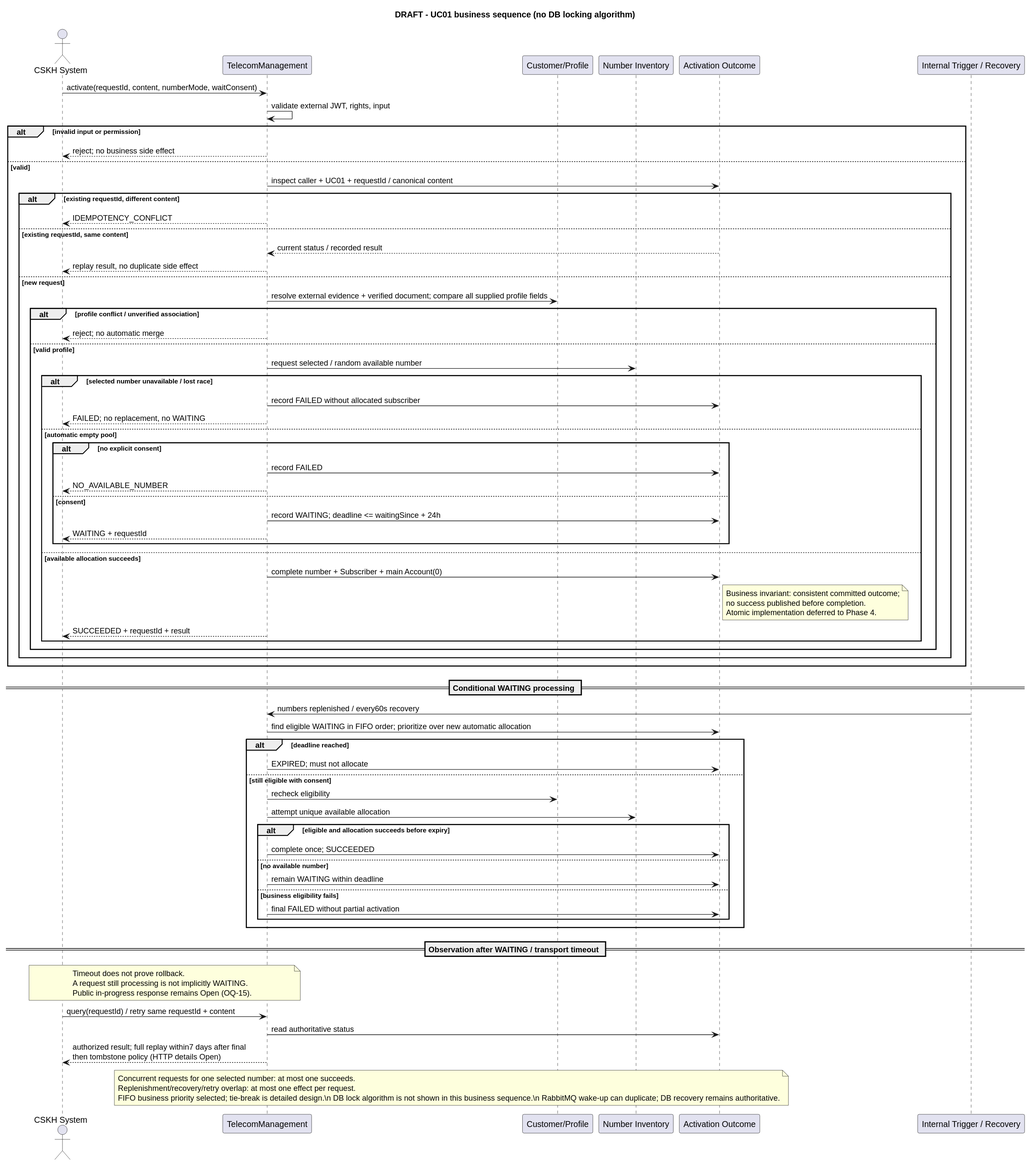
Before: docs/02-analysis/sequence-diagrams/uc01-activation.svg, a diagram exported from PlantUML (Sagitoaz/Telecom-Management-System). Its source is kept beside it as docs/02-analysis/sequence-diagrams/uc01-activation.puml. Its diagram source:
```plantuml
@startuml
title DRAFT - UC01 business sequence (no DB locking algorithm)
actor "CSKH System" as C
participant TelecomManagement as T
participant "Customer/Profile" as P
participant "Number Inventory" as N
participant "Activation Outcome" as O
participant "Internal Trigger / Recovery" as R
C -> T : activate(requestId, content, numberMode, waitConsent)
T -> T : validate external JWT, rights, input
alt invalid input or permission
  T --> C : reject; no business side effect
else valid
  T -> O : inspect caller + UC01 + requestId / canonical content
  alt existing requestId, different content
    T --> C : IDEMPOTENCY_CONFLICT
  else existing requestId, same content
    O --> T : current status / recorded result
    T --> C : replay result, no duplicate side effect
  else new request
    T -> P : resolve external evidence + verified document; compare all supplied profile fields
    alt profile conflict / unverified association
      T --> C : reject; no automatic merge
    else valid profile
      T -> N : request selected / random available number
      alt selected number unavailable / lost race
        T -> O : record FAILED without allocated subscriber
        T --> C : FAILED; no replacement, no WAITING
      else automatic empty pool
        alt no explicit consent
          T -> O : record FAILED
          T --> C : NO_AVAILABLE_NUMBER
        else consent
          T -> O : record WAITING; deadline <= waitingSince + 24h
          T --> C : WAITING + requestId
        end
      else available allocation succeeds
        T -> O : complete number + Subscriber + main Account(0)
        note right of O
          Business invariant: consistent committed outcome;
          no success published before completion.
          Atomic implementation deferred to Phase 4.
        end note
        T --> C : SUCCEEDED + requestId + result
      end
    end
  end
end
== Conditional WAITING processing ==
R -> T : numbers replenished / every60s recovery
T -> O : find eligible WAITING in FIFO order; prioritize over new automatic allocation
alt deadline reached
  T -> O : EXPIRED; must not allocate
else still eligible with consent
  T -> P : recheck eligibility
  T -> N : attempt unique available allocation
  alt eligible and allocation succeeds before expiry
    T -> O : complete once; SUCCEEDED
  else no available number
    T -> O : remain WAITING within deadline
  else business eligibility fails
    T -> O : final FAILED without partial activation
  end
end
== Observation after WAITING / transport timeout ==
note over C,T
  Timeout does not prove rollback.
  A request still processing is not implicitly WAITING.
  Public in-progress response remains Open (OQ-15).
end note
C -> T : query(requestId) / retry same requestId + content
T -> O : read authoritative status
T --> C : authorized result; full replay within7 days after final\nthen tombstone policy (HTTP details Open)
note over T,N
  Concurrent requests for one selected number: at most one succeeds.
  Replenishment/recovery/retry overlap: at most one effect per request.
  FIFO business priority selected; tie-break is detailed design.\n  DB lock algorithm is not shown in this business sequence.\n  RabbitMQ wake-up can duplicate; DB recovery remains authoritative.
end note
@enduml
```
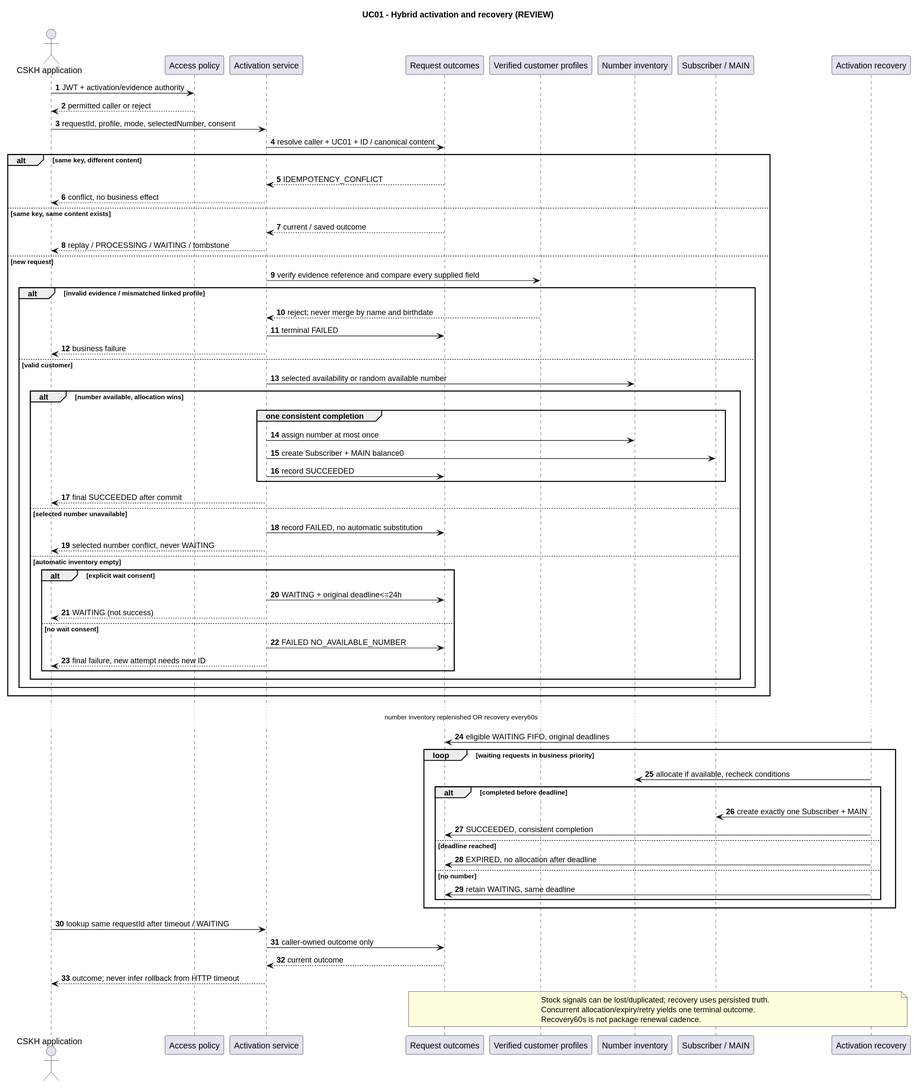
Above is the later version.

Change to the diagram source:
```diff
@@ -1,79 +1,73 @@
 @startuml
-title DRAFT - UC01 business sequence (no DB locking algorithm)
-actor "CSKH System" as C
-participant TelecomManagement as T
-participant "Customer/Profile" as P
-participant "Number Inventory" as N
-participant "Activation Outcome" as O
-participant "Internal Trigger / Recovery" as R
-C -> T : activate(requestId, content, numberMode, waitConsent)
-T -> T : validate external JWT, rights, input
-alt invalid input or permission
-  T --> C : reject; no business side effect
-else valid
-  T -> O : inspect caller + UC01 + requestId / canonical content
-  alt existing requestId, different content
-    T --> C : IDEMPOTENCY_CONFLICT
-  else existing requestId, same content
-    O --> T : current status / recorded result
-    T --> C : replay result, no duplicate side effect
-  else new request
-    T -> P : resolve external evidence + verified document; compare all supplied profile fields
-    alt profile conflict / unverified association
-      T --> C : reject; no automatic merge
-    else valid profile
-      T -> N : request selected / random available number
-      alt selected number unavailable / lost race
-        T -> O : record FAILED without allocated subscriber
-        T --> C : FAILED; no replacement, no WAITING
-      else automatic empty pool
-        alt no explicit consent
-          T -> O : record FAILED
-          T --> C : NO_AVAILABLE_NUMBER
-        else consent
-          T -> O : record WAITING; deadline <= waitingSince + 24h
-          T --> C : WAITING + requestId
-        end
-      else available allocation succeeds
-        T -> O : complete number + Subscriber + main Account(0)
-        note right of O
-          Business invariant: consistent committed outcome;
-          no success published before completion.
-          Atomic implementation deferred to Phase 4.
-        end note
-        T --> C : SUCCEEDED + requestId + result
-      end
-    end
+title UC01 - Hybrid activation and recovery (REVIEW)
+autonumber
+actor "CSKH application" as C
+participant "Access policy" as Auth
+participant "Activation service" as A
+participant "Request outcomes" as R
+participant "Verified customer profiles" as P
+participant "Number inventory" as N
+participant "Subscriber / MAIN" as S
+C -> Auth : JWT + activation/evidence authority
+Auth --> C : permitted caller or reject
+C -> A : requestId, profile, mode, selectedNumber, consent
+A -> R : resolve caller + UC01 + ID / canonical content
+alt same key, different content
+ R --> A : IDEMPOTENCY_CONFLICT
+ A --> C : conflict, no business effect
+else same key, same content exists
+ R --> A : current / saved outcome
+ A --> C : replay / PROCESSING / WAITING / tombstone
+else new request
+ A -> P : verify evidence reference and compare every supplied field
+ alt invalid evidence / mismatched linked profile
+  P --> A : reject; never merge by name and birthdate
+  A -> R : terminal FAILED
+  A --> C : business failure
+ else valid customer
+  A -> N : selected availability or random available number
+  alt number available, allocation wins
+   group one consistent completion
+    A -> N : assign number at most once
+    A -> S : create Subscriber + MAIN balance0
+    A -> R : record SUCCEEDED
+   end
+   A --> C : final SUCCEEDED after commit
+  else selected number unavailable
+   A -> R : record FAILED, no automatic substitution
+   A --> C : selected number conflict, never WAITING
+  else automatic inventory empty
+   alt explicit wait consent
+    A -> R : WAITING + original deadline<=24h
+    A --> C : WAITING (not success)
+   else no wait consent
+    A -> R : FAILED NO_AVAILABLE_NUMBER
+    A --> C : final failure, new attempt needs new ID
+   end
   end
+ end
 end
-== Conditional WAITING processing ==
-R -> T : numbers replenished / every60s recovery
-T -> O : find eligible WAITING in FIFO order; prioritize over new automatic allocation
-alt deadline reached
-  T -> O : EXPIRED; must not allocate
-else still eligible with consent
-  T -> P : recheck eligibility
-  T -> N : attempt unique available allocation
-  alt eligible and allocation succeeds before expiry
-    T -> O : complete once; SUCCEEDED
-  else no available number
-    T -> O : remain WAITING within deadline
-  else business eligibility fails
-    T -> O : final FAILED without partial activation
-  end
+... number inventory replenished OR recovery every60s ...
+participant "Activation recovery" as W
+W -> R : eligible WAITING FIFO, original deadlines
+loop waiting requests in business priority
+ W -> N : allocate if available, recheck conditions
+ alt completed before deadline
+  W -> S : create exactly one Subscriber + MAIN
+  W -> R : SUCCEEDED, consistent completion
+ else deadline reached
+  W -> R : EXPIRED, no allocation after deadline
+ else no number
+  W -> R : retain WAITING, same deadline
+ end
 end
-== Observation after WAITING / transport timeout ==
-note over C,T
-  Timeout does not prove rollback.
-  A request still processing is not implicitly WAITING.
-  Public in-progress response remains Open (OQ-15).
-end note
-C -> T : query(requestId) / retry same requestId + content
-T -> O : read authoritative status
-T --> C : authorized result; full replay within7 days after final\nthen tombstone policy (HTTP details Open)
-note over T,N
-  Concurrent requests for one selected number: at most one succeeds.
-  Replenishment/recovery/retry overlap: at most one effect per request.
-  FIFO business priority selected; tie-break is detailed design.\n  DB lock algorithm is not shown in this business sequence.\n  RabbitMQ wake-up can duplicate; DB recovery remains authoritative.
+C -> A : lookup same requestId after timeout / WAITING
+A -> R : caller-owned outcome only
+R --> A : current outcome
+A --> C : outcome; never infer rollback from HTTP timeout
+note over R,W
+ Stock signals can be lost/duplicated; recovery uses persisted truth.
+ Concurrent allocation/expiry/retry yields one terminal outcome.
+ Recovery60s is not package renewal cadence.
 end note
 @enduml
```
